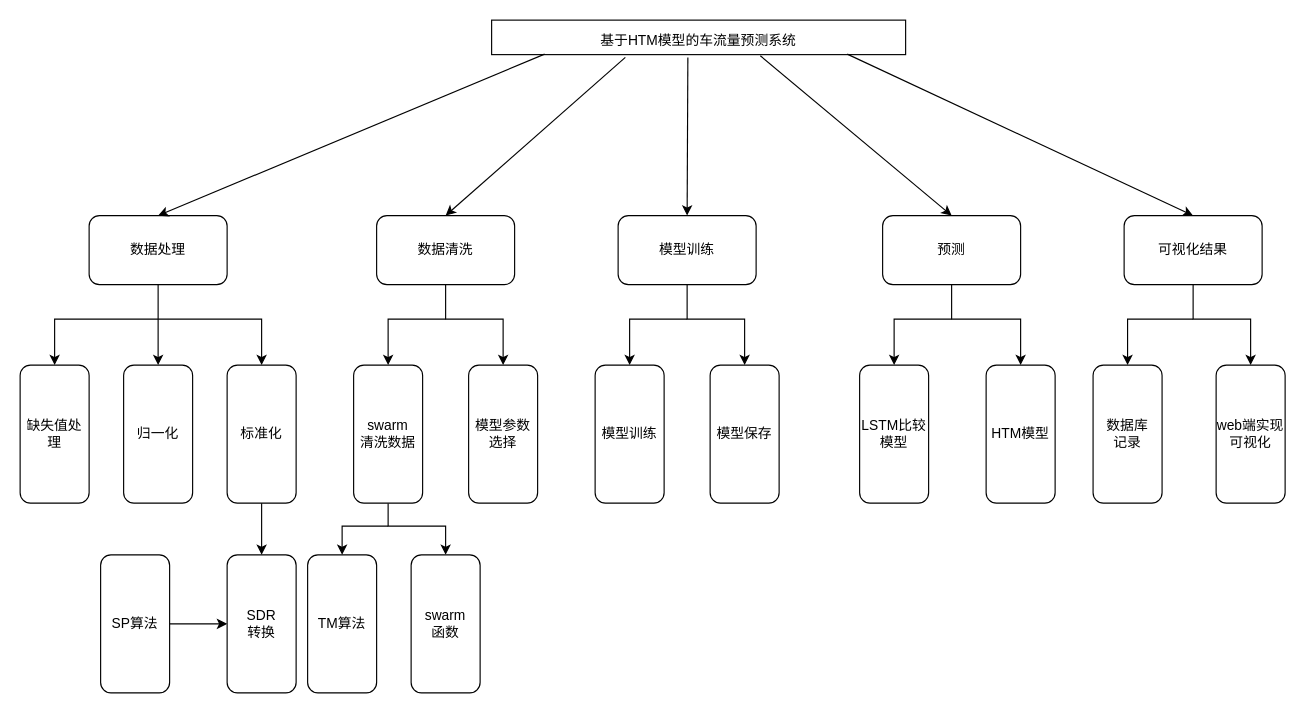
chaoens/lstm-vehicle-flow-predict keeps this draw.io diagram as 未命名绘图3.drawio. Above is the earlier version. Source tidied: cells renumbered, new cells numbered last; positions are measured from the earlier drawing's top-left corner, leaving out a move shared by most shapes. Both pictures are drawn from the tidied source at 115%, with x=0, y=0 at pixel (20, 20).
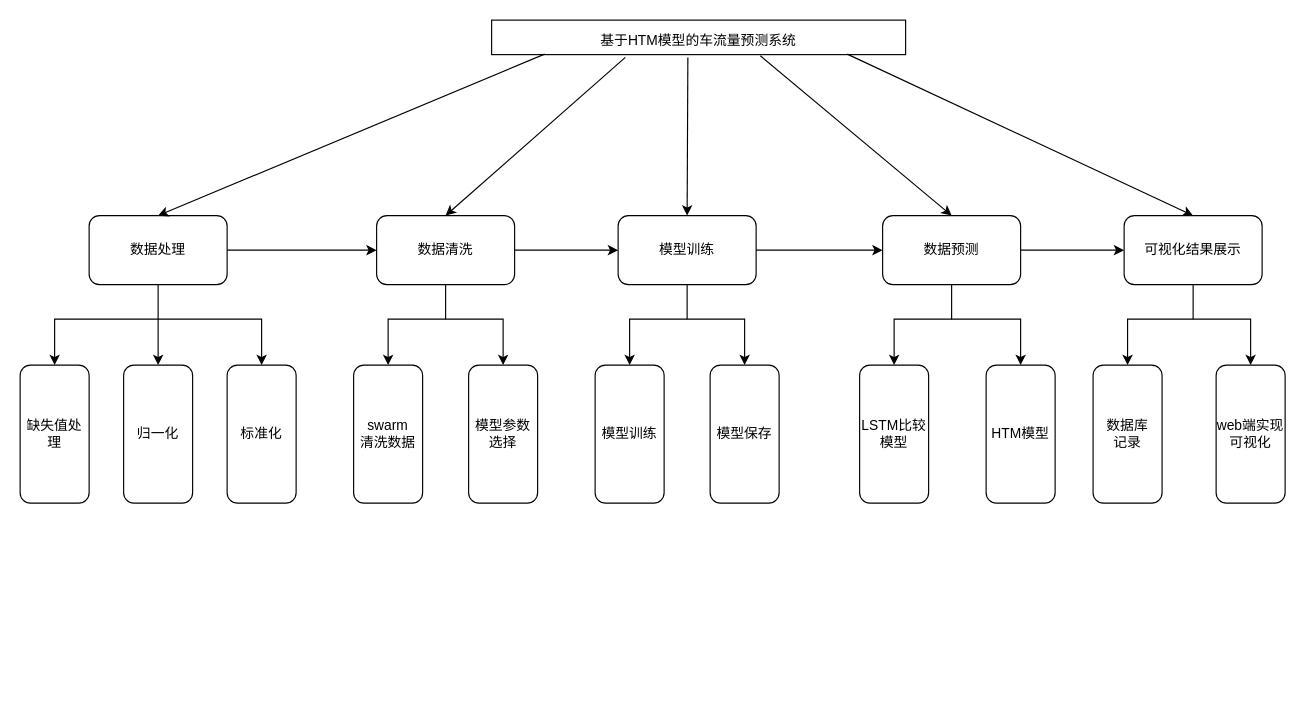
The same diagram, later.

Commit message (it also covers changes not shown here):
更新未命名绘图3.drawio

Unchanged cells that the change refers to:
```xml
<mxCell id="4" value="数据处理" style="rounded=1;whiteSpace=wrap;html=1;" parent="1" vertex="1">
  <mxGeometry x="60" y="170" width="120" height="60" as="geometry" />
</mxCell>
<mxCell id="6" value="数据清洗" style="rounded=1;whiteSpace=wrap;html=1;" parent="1" vertex="1">
  <mxGeometry x="310" y="170" width="120" height="60" as="geometry" />
</mxCell>
<mxCell id="8" value="模型训练" style="rounded=1;whiteSpace=wrap;html=1;" parent="1" vertex="1">
  <mxGeometry x="520" y="170" width="120" height="60" as="geometry" />
</mxCell>
<mxCell id="14" value="标准化" style="rounded=1;whiteSpace=wrap;html=1;direction=south;" parent="1" vertex="1">
  <mxGeometry x="180" y="300" width="60" height="120" as="geometry" />
</mxCell>
<mxCell id="18" value="swarm&lt;br&gt;清洗数据" style="rounded=1;whiteSpace=wrap;html=1;direction=south;" parent="1" vertex="1">
  <mxGeometry x="290" y="300" width="60" height="120" as="geometry" />
</mxCell>
```

Change to the diagram source:
```diff
@@
-    <mxCell id="10" value="预测" style="rounded=1;whiteSpace=wrap;html=1;" parent="1" vertex="1">
+    <mxCell id="10" value="数据预测" style="rounded=1;whiteSpace=wrap;html=1;" parent="1" vertex="1">
       <mxGeometry x="750" y="170" width="120" height="60" as="geometry" />
     </mxCell>
@@
-    <mxCell id="12" value="可视化结果" style="rounded=1;whiteSpace=wrap;html=1;" parent="1" vertex="1">
+    <mxCell id="12" value="可视化结果展示" style="rounded=1;whiteSpace=wrap;html=1;" parent="1" vertex="1">
       <mxGeometry x="960" y="170" width="120" height="60" as="geometry" />
     </mxCell>
-    <mxCell id="13" style="edgeStyle=orthogonalEdgeStyle;rounded=0;jettySize=auto;html=1;" parent="1" edge="1" source="14" target="22">
-      <mxGeometry relative="1" as="geometry" />
-    </mxCell>
@@
-    <mxCell id="17" style="edgeStyle=orthogonalEdgeStyle;rounded=0;jettySize=auto;html=1;" parent="1" edge="1" source="18" target="34">
-      <mxGeometry relative="1" as="geometry">
-        <Array as="points">
-          <mxPoint x="320" y="440" />
-          <mxPoint x="370" y="440" />
-        </Array>
-      </mxGeometry>
-    </mxCell>
@@
-    <mxCell id="20" style="edgeStyle=orthogonalEdgeStyle;rounded=0;jettySize=auto;html=1;" parent="1" edge="1" source="21" target="22">
-      <mxGeometry relative="1" as="geometry" />
-    </mxCell>
-    <mxCell id="21" value="SP算法" style="rounded=1;whiteSpace=wrap;html=1;direction=south;" parent="1" vertex="1">
-      <mxGeometry x="70" y="465" width="60" height="120" as="geometry" />
-    </mxCell>
-    <mxCell id="22" value="SDR&lt;br&gt;转换" style="rounded=1;whiteSpace=wrap;html=1;direction=south;" parent="1" vertex="1">
-      <mxGeometry x="180" y="465" width="60" height="120" as="geometry" />
-    </mxCell>
@@
-    <mxCell id="33" value="TM算法" style="rounded=1;whiteSpace=wrap;html=1;direction=south;" parent="1" vertex="1">
-      <mxGeometry x="250" y="465" width="60" height="120" as="geometry" />
-    </mxCell>
-    <mxCell id="34" value="swarm&lt;br&gt;函数" style="rounded=1;whiteSpace=wrap;html=1;direction=south;" parent="1" vertex="1">
-      <mxGeometry x="340" y="465" width="60" height="120" as="geometry" />
-    </mxCell>
-    <mxCell id="35" style="endArrow=classic;html=1;rounded=0;entryX=0;entryY=0.5;entryDx=0;entryDy=0;" parent="1" edge="1" target="33">
-      <mxGeometry relative="1" as="geometry">
-        <mxPoint x="320" y="440" as="sourcePoint" />
-        <Array as="points">
-          <mxPoint x="280" y="440" />
-        </Array>
-      </mxGeometry>
-    </mxCell>
@@
+    <mxCell id="43" style="endArrow=classic;html=1;rounded=0;exitX=1;exitY=0.5;exitDx=0;exitDy=0;entryX=0;entryY=0.5;entryDx=0;entryDy=0;" parent="1" edge="1" source="4" target="6">
+      <mxGeometry relative="1" as="geometry" />
+    </mxCell>
+    <mxCell id="44" style="endArrow=classic;html=1;rounded=0;exitX=1;exitY=0.5;exitDx=0;exitDy=0;entryX=0;entryY=0.5;entryDx=0;entryDy=0;" parent="1" edge="1" source="6" target="8">
+      <mxGeometry relative="1" as="geometry" />
+    </mxCell>
+    <mxCell id="45" style="endArrow=classic;html=1;rounded=0;exitX=1;exitY=0.5;exitDx=0;exitDy=0;entryX=0;entryY=0.5;entryDx=0;entryDy=0;" parent="1" edge="1" source="8" target="10">
+      <mxGeometry relative="1" as="geometry" />
+    </mxCell>
+    <mxCell id="46" style="endArrow=classic;html=1;rounded=0;exitX=1;exitY=0.5;exitDx=0;exitDy=0;entryX=0;entryY=0.5;entryDx=0;entryDy=0;" parent="1" edge="1" source="10" target="12">
+      <mxGeometry relative="1" as="geometry" />
+    </mxCell>
```
